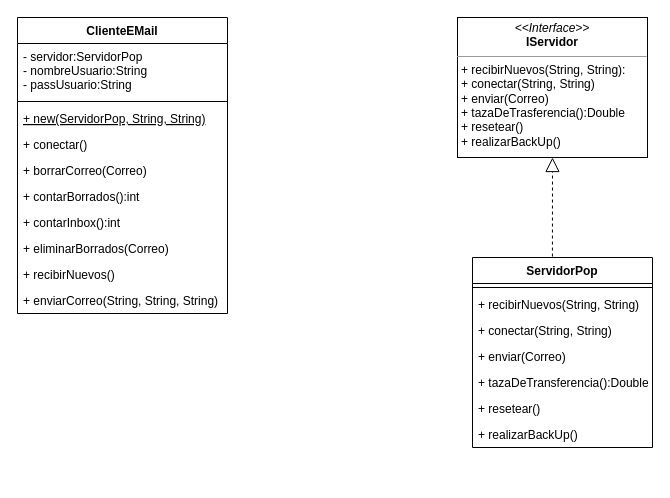
This is Unq-po2-tp6-clienteEMail.drawio from nhubczyk/Diagramas-UML, a draw.io file, before an edit. Source tidied: cells renumbered, new cells numbered last; positions are measured from the earlier drawing's top-left corner, leaving out a move shared by most shapes. Both pictures are drawn from the tidied source at 100%, with x=0, y=0 at pixel (17, 17).
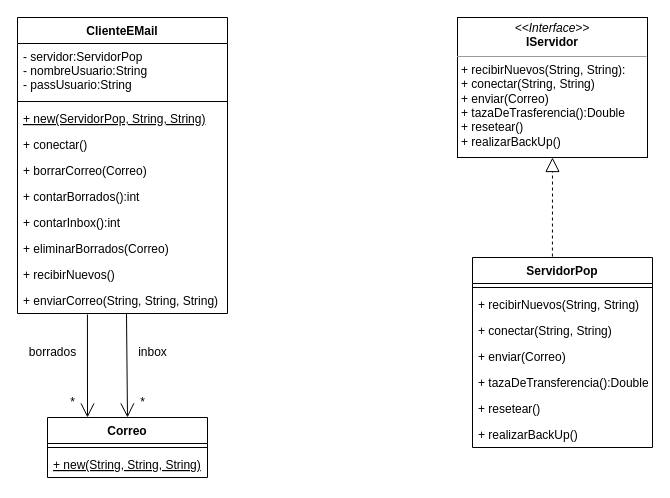
The same page after the edit.

The change refers to these unchanged cells:
```xml
<mxCell id="12" value="+ enviarCorreo(String, String, String)" style="text;strokeColor=none;fillColor=none;align=left;verticalAlign=top;spacingLeft=4;spacingRight=4;overflow=hidden;points=[[0,0.5],[1,0.5]];portConstraint=eastwest;fontStyle=0;" parent="2" vertex="1">
  <mxGeometry y="270" width="210" height="26" as="geometry" />
</mxCell>
```

What changed in the source:
```diff
@@
+    <mxCell id="23" value="Correo" style="swimlane;fontStyle=1;align=center;verticalAlign=top;horizontal=1;startSize=26;" parent="1" vertex="1">
+      <mxGeometry x="30" y="400" width="160" height="60" as="geometry" />
+    </mxCell>
+    <mxCell id="24" style="line;strokeWidth=1;fillColor=none;align=left;verticalAlign=middle;spacingTop=-1;spacingLeft=3;spacingRight=3;labelPosition=right;strokeColor=inherit;" parent="23" vertex="1">
+      <mxGeometry y="26" width="160" height="8" as="geometry" />
+    </mxCell>
+    <mxCell id="25" value="+ new(String, String, String)" style="text;strokeColor=none;fillColor=none;align=left;verticalAlign=top;spacingLeft=4;spacingRight=4;overflow=hidden;fontStyle=4;" parent="23" vertex="1">
+      <mxGeometry y="34" width="160" height="26" as="geometry" />
+    </mxCell>
+    <mxCell id="26" style="endArrow=open;endFill=1;endSize=12;html=1;rounded=0;entryX=0.5;entryY=0;entryDx=0;entryDy=0;exitX=0.519;exitY=1;exitDx=0;exitDy=0;exitPerimeter=0;" parent="1" edge="1" source="12" target="23">
+      <mxGeometry relative="1" as="geometry" />
+    </mxCell>
+    <mxCell id="27" value="inbox" style="text;html=1;align=center;verticalAlign=middle;strokeColor=none;fillColor=none;" parent="1" vertex="1">
+      <mxGeometry x="110" y="320" width="50" height="30" as="geometry" />
+    </mxCell>
+    <mxCell id="28" value="*" style="text;html=1;align=center;verticalAlign=middle;strokeColor=none;fillColor=none;" parent="1" vertex="1">
+      <mxGeometry x="110" y="370" width="30" height="30" as="geometry" />
+    </mxCell>
+    <mxCell id="29" style="endArrow=open;endFill=1;endSize=12;html=1;rounded=0;entryX=0.25;entryY=0;entryDx=0;entryDy=0;exitX=0.333;exitY=1.038;exitDx=0;exitDy=0;exitPerimeter=0;" parent="1" edge="1" source="12" target="23">
+      <mxGeometry relative="1" as="geometry" />
+    </mxCell>
+    <mxCell id="30" value="borrados&lt;br&gt;" style="text;html=1;align=center;verticalAlign=middle;strokeColor=none;fillColor=none;" parent="1" vertex="1">
+      <mxGeometry y="320" width="70" height="30" as="geometry" />
+    </mxCell>
+    <mxCell id="31" value="*" style="text;html=1;align=center;verticalAlign=middle;strokeColor=none;fillColor=none;" parent="1" vertex="1">
+      <mxGeometry x="40" y="370" width="30" height="30" as="geometry" />
+    </mxCell>
```
